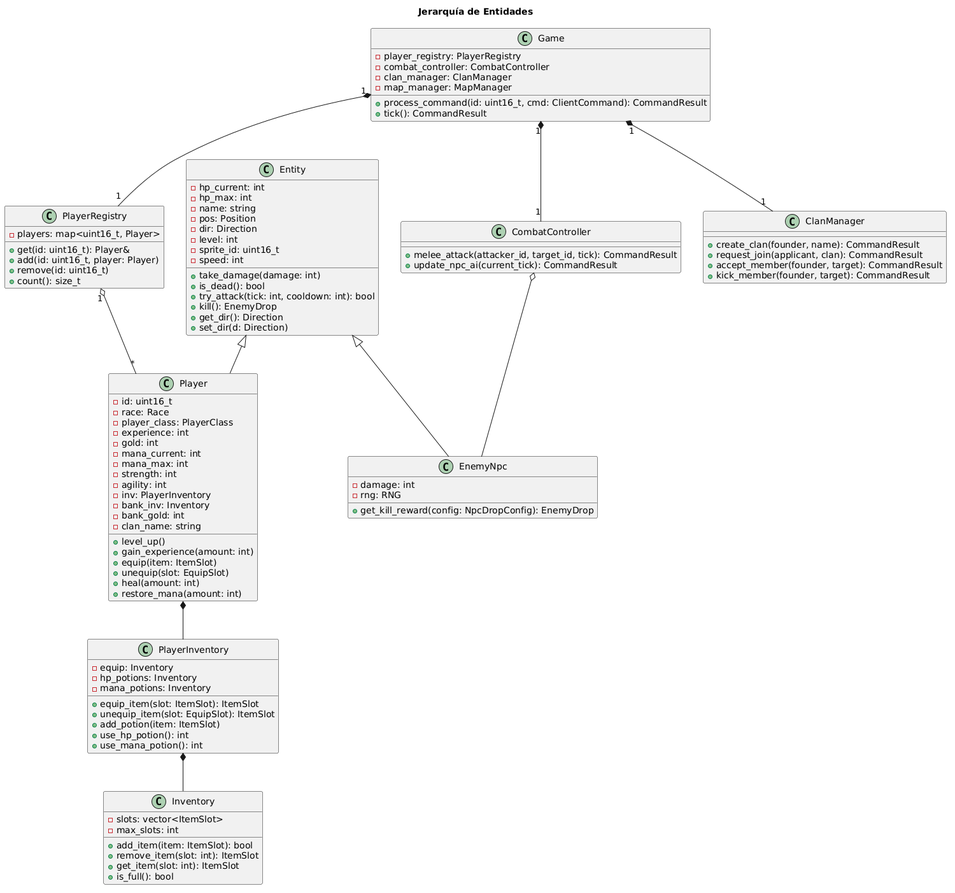
Earlier version of the PlantUML export docs/images/uml/entities.png (MateoGonzalezPautaso/Argentum-MALT).
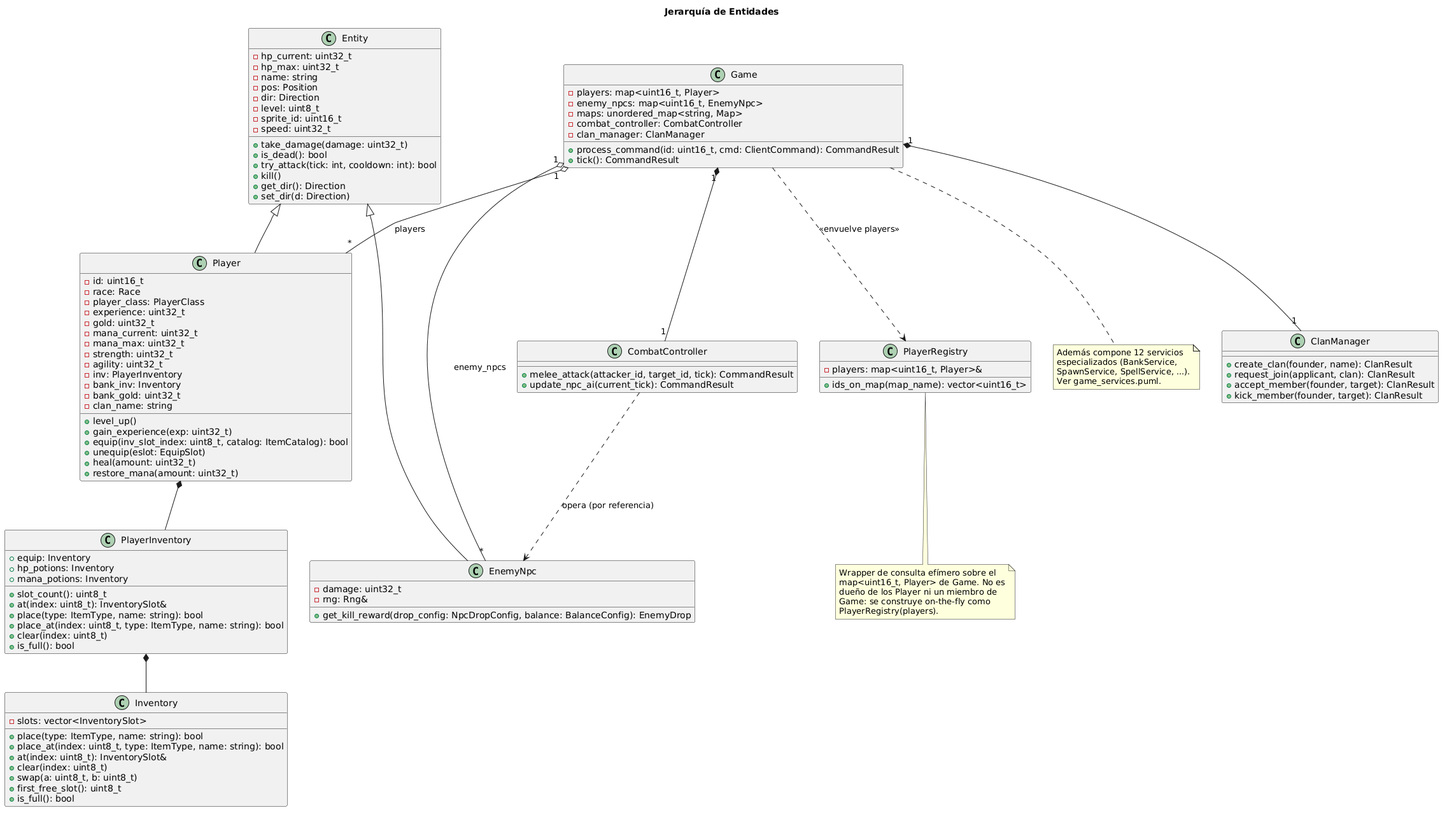
After the change.

Change to the diagram source:
```diff
@@ -2,18 +2,18 @@
 title Jerarquía de Entidades
 
 class Entity {
-  - hp_current: int
-  - hp_max: int
+  - hp_current: uint32_t
+  - hp_max: uint32_t
   - name: string
   - pos: Position
   - dir: Direction
-  - level: int
+  - level: uint8_t
   - sprite_id: uint16_t
-  - speed: int
-  + take_damage(damage: int)
+  - speed: uint32_t
+  + take_damage(damage: uint32_t)
   + is_dead(): bool
   + try_attack(tick: int, cooldown: int): bool
-  + kill(): EnemyDrop
+  + kill()
   + get_dir(): Direction
   + set_dir(d: Direction)
 }
@@ -22,66 +22,80 @@
   - id: uint16_t
   - race: Race
   - player_class: PlayerClass
-  - experience: int
-  - gold: int
-  - mana_current: int
-  - mana_max: int
-  - strength: int
-  - agility: int
+  - experience: uint32_t
+  - gold: uint32_t
+  - mana_current: uint32_t
+  - mana_max: uint32_t
+  - strength: uint32_t
+  - agility: uint32_t
   - inv: PlayerInventory
   - bank_inv: Inventory
-  - bank_gold: int
+  - bank_gold: uint32_t
   - clan_name: string
   + level_up()
-  + gain_experience(amount: int)
-  + equip(item: ItemSlot)
-  + unequip(slot: EquipSlot)
-  + heal(amount: int)
-  + restore_mana(amount: int)
+  + gain_experience(exp: uint32_t)
+  + equip(inv_slot_index: uint8_t, catalog: ItemCatalog): bool
+  + unequip(eslot: EquipSlot)
+  + heal(amount: uint32_t)
+  + restore_mana(amount: uint32_t)
 }
 
 class EnemyNpc {
-  - damage: int
-  - rng: RNG
-  + get_kill_reward(config: NpcDropConfig): EnemyDrop
+  - damage: uint32_t
+  - rng: Rng&
+  + get_kill_reward(drop_config: NpcDropConfig, balance: BalanceConfig): EnemyDrop
 }
 
 class PlayerInventory {
-  - equip: Inventory
-  - hp_potions: Inventory
-  - mana_potions: Inventory
-  + equip_item(slot: ItemSlot): ItemSlot
-  + unequip_item(slot: EquipSlot): ItemSlot
-  + add_potion(item: ItemSlot)
-  + use_hp_potion(): int
-  + use_mana_potion(): int
+  + equip: Inventory
+  + hp_potions: Inventory
+  + mana_potions: Inventory
+  + slot_count(): uint8_t
+  + at(index: uint8_t): InventorySlot&
+  + place(type: ItemType, name: string): bool
+  + place_at(index: uint8_t, type: ItemType, name: string): bool
+  + clear(index: uint8_t)
+  + is_full(): bool
 }
 
 class Inventory {
-  - slots: vector<ItemSlot>
-  - max_slots: int
-  + add_item(item: ItemSlot): bool
-  + remove_item(slot: int): ItemSlot
-  + get_item(slot: int): ItemSlot
+  - slots: vector<InventorySlot>
+  + place(type: ItemType, name: string): bool
+  + place_at(index: uint8_t, type: ItemType, name: string): bool
+  + at(index: uint8_t): InventorySlot&
+  + clear(index: uint8_t)
+  + swap(a: uint8_t, b: uint8_t)
+  + first_free_slot(): uint8_t
   + is_full(): bool
 }
 
 class PlayerRegistry {
-  - players: map<uint16_t, Player>
-  + get(id: uint16_t): Player&
-  + add(id: uint16_t, player: Player)
-  + remove(id: uint16_t)
-  + count(): size_t
+  - players: map<uint16_t, Player>&
+  + ids_on_map(map_name): vector<uint16_t>
 }
+note bottom of PlayerRegistry
+  Wrapper de consulta efímero sobre el
+  map<uint16_t, Player> de Game. No es
+  dueño de los Player ni un miembro de
+  Game: se construye on-the-fly como
+  PlayerRegistry(players).
+end note
 
 class Game {
-  - player_registry: PlayerRegistry
+  - players: map<uint16_t, Player>
+  - enemy_npcs: map<uint16_t, EnemyNpc>
+  - maps: unordered_map<string, Map>
   - combat_controller: CombatController
   - clan_manager: ClanManager
-  - map_manager: MapManager
   + process_command(id: uint16_t, cmd: ClientCommand): CommandResult
   + tick(): CommandResult
 }
+note bottom of Game
+  Además compone 12 servicios
+  especializados (BankService,
+  SpawnService, SpellService, ...).
+  Ver game_services.puml.
+end note
 
 class CombatController {
   + melee_attack(attacker_id, target_id, tick): CommandResult
@@ -89,19 +103,20 @@
 }
 
 class ClanManager {
-  + create_clan(founder, name): CommandResult
-  + request_join(applicant, clan): CommandResult
-  + accept_member(founder, target): CommandResult
-  + kick_member(founder, target): CommandResult
+  + create_clan(founder, name): ClanResult
+  + request_join(applicant, clan): ClanResult
+  + accept_member(founder, target): ClanResult
+  + kick_member(founder, target): ClanResult
 }
 
 Entity <|-- Player
 Entity <|-- EnemyNpc
 Player *-- PlayerInventory
 PlayerInventory *-- Inventory
-Game "1" *-- "1" PlayerRegistry
+Game "1" o-- "*" Player : players
+Game "1" o-- "*" EnemyNpc : enemy_npcs
 Game "1" *-- "1" CombatController
 Game "1" *-- "1" ClanManager
-PlayerRegistry "1" o-- "*" Player
-CombatController o-- EnemyNpc
+Game ..> PlayerRegistry : <<envuelve players>>
+CombatController ..> EnemyNpc : opera (por referencia)
 @enduml
```
